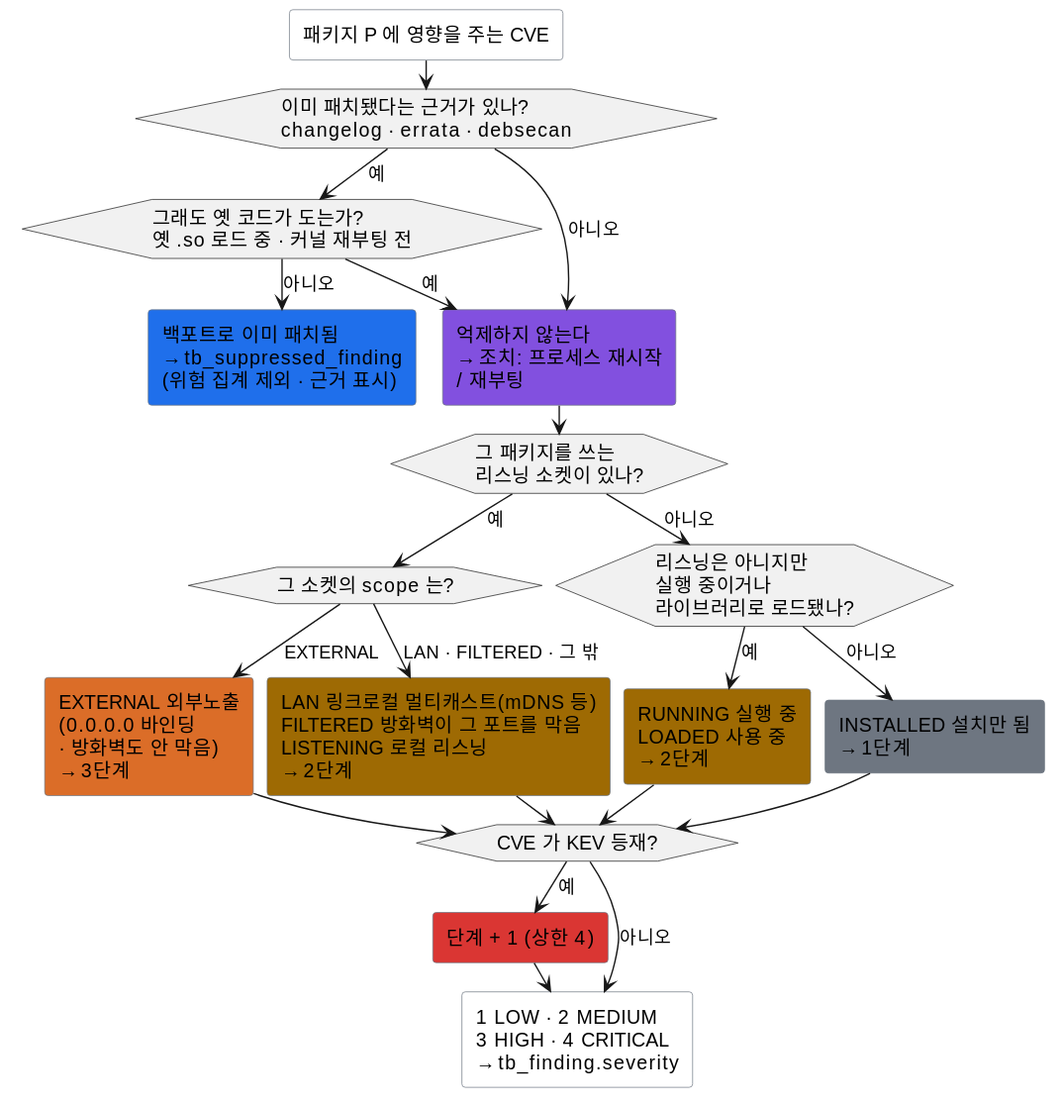
Above: docs/specs/diagrams/매처판정로직.svg in JeongDoWook/vuln-agent (PlantUML), before the change.
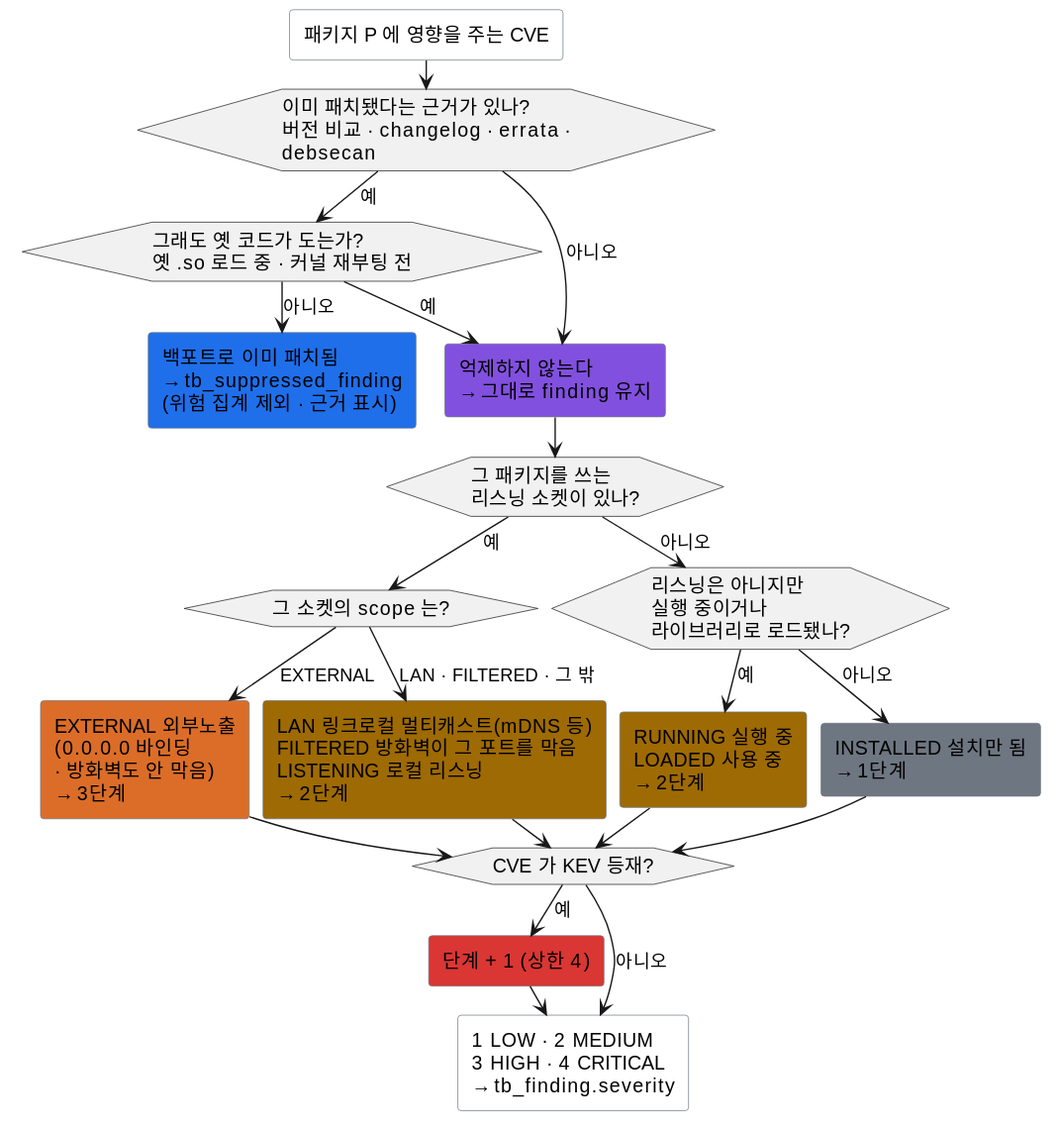
Later version of the same file.

The edit, as a diff of the source:
```diff
@@ -10,9 +10,9 @@
 skinparam wrapWidth 240
 
 rectangle "패키지 P 에 영향을 주는 CVE" as START
-hexagon "이미 패치됐다는 근거가 있나?\nchangelog · errata · debsecan" as FIX
+hexagon "이미 패치됐다는 근거가 있나?\n버전 비교 · changelog · errata · debsecan" as FIX
 hexagon "그래도 옛 코드가 도는가?\n옛 .so 로드 중 · 커널 재부팅 전" as STALE
-rectangle "억제하지 않는다\n→ 조치: 프로세스 재시작\n/ 재부팅" as KEEP #8250df
+rectangle "억제하지 않는다\n→ 그대로 finding 유지" as KEEP #8250df
 rectangle "백포트로 이미 패치됨\n→ tb_suppressed_finding\n(위험 집계 제외 · 근거 표시)" as SUP #1f6feb
 
 hexagon "그 패키지를 쓰는\n리스닝 소켓이 있나?" as LE
```
